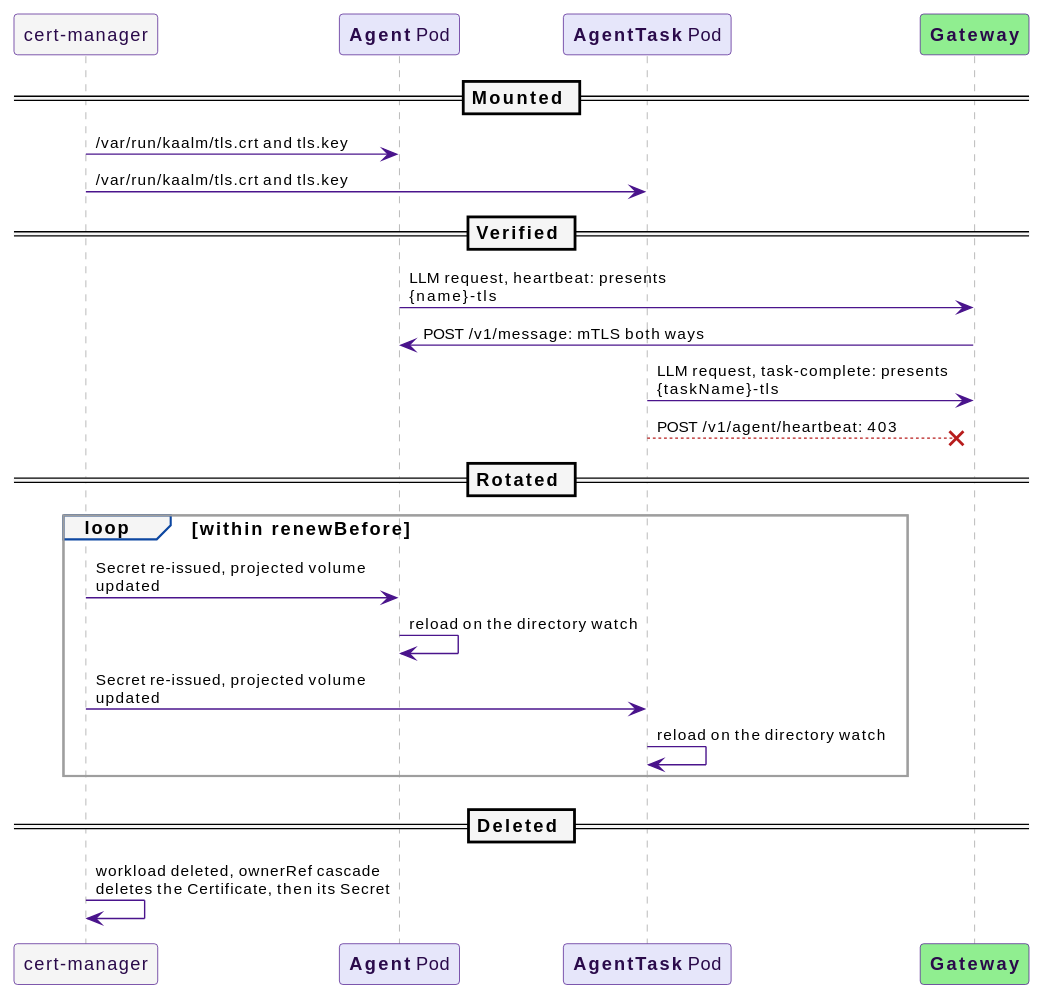
Above: docs/src/diagrams/cert-runtime.svg in win07xp/kaalm (PlantUML), before the change. Its diagram source:
```plantuml
@startuml
!include _style.puml
skinparam maxMessageSize 300
participant "cert-manager" as CM #F5F5F5
participant "**Agent** Pod" as AP #E6E6FA
participant "**AgentTask** Pod" as TP #E6E6FA
participant "**Gateway**" as GW #90EE90
== Mounted ==
CM -> AP : /var/run/kaalm/tls.crt and tls.key
CM -> TP : /var/run/kaalm/tls.crt and tls.key
== Verified ==
AP -> GW : LLM request, heartbeat: presents {name}-tls
GW -> AP : POST /v1/message: mTLS both ways
TP -> GW : LLM request, task-complete: presents {taskName}-tls
TP -[#B71C1C]->x GW : POST /v1/agent/heartbeat: 403
== Rotated ==
loop within renewBefore
  CM -> AP : Secret re-issued, projected volume updated
  AP -> AP : reload on the directory watch
  CM -> TP : Secret re-issued, projected volume updated
  TP -> TP : reload on the directory watch
end
== Deleted ==
CM -> CM : workload deleted, ownerRef cascade deletes the Certificate, then its Secret
@enduml
```
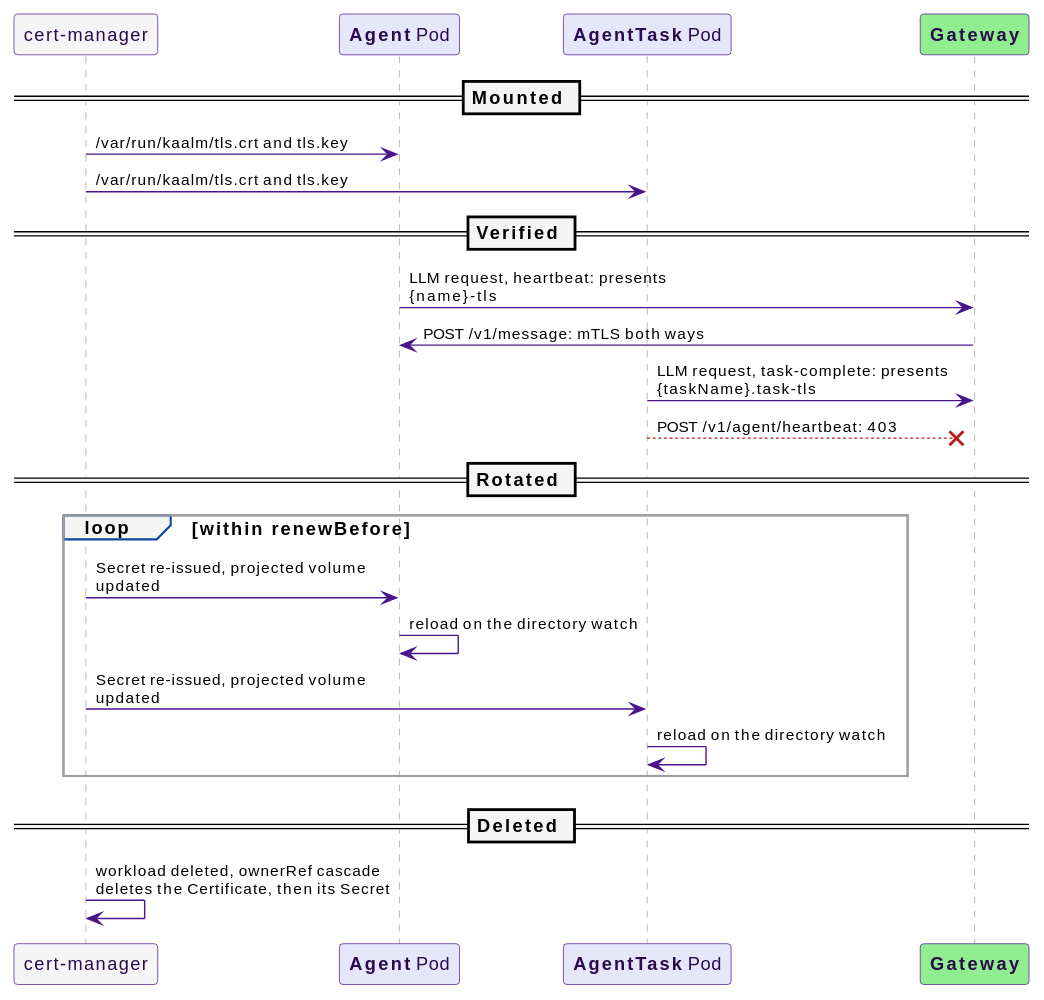
Later version of the same file.

What changed in the source:
```diff
@@ -11,7 +11,7 @@
 == Verified ==
 AP -> GW : LLM request, heartbeat: presents {name}-tls
 GW -> AP : POST /v1/message: mTLS both ways
-TP -> GW : LLM request, task-complete: presents {taskName}-tls
+TP -> GW : LLM request, task-complete: presents {taskName}.task-tls
 TP -[#B71C1C]->x GW : POST /v1/agent/heartbeat: 403
 == Rotated ==
 loop within renewBefore
```
